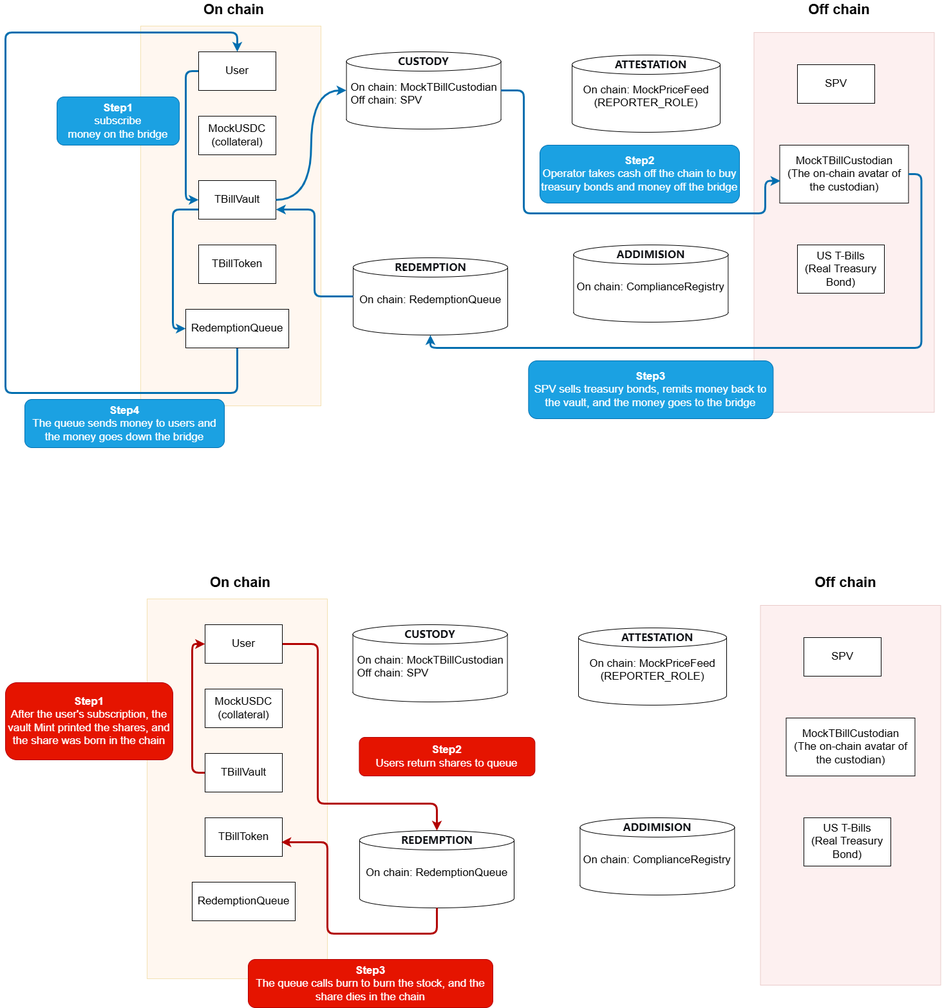
This is Picture(Screenshots)/architecture.png from xiaomangli69-max/rwa-lab-2026, a draw.io export, as it was before one commit. Source tidied: cells renumbered, new cells last; positions are measured from the earlier drawing's top-left corner, leaving out a move shared by most shapes.
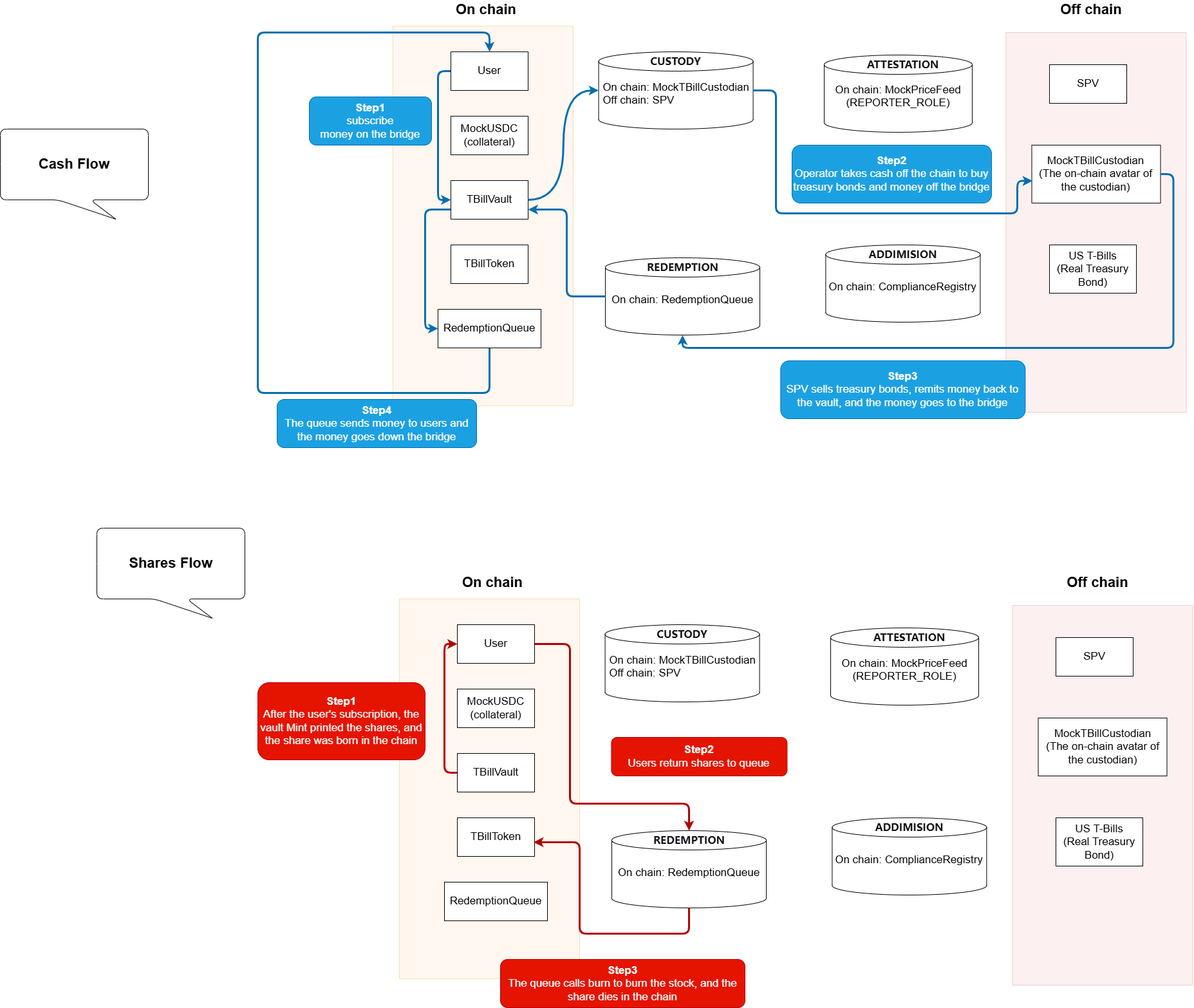
The same diagram one commit later.

Diff of the diagram source:
```diff
@@ -240,5 +240,11 @@
         </Array>
       </mxGeometry>
     </mxCell>
+    <mxCell id="67" value="&lt;font style=&quot;font-size: 22px;&quot;&gt;&lt;b&gt;Cash Flow&lt;/b&gt;&lt;/font&gt;" style="shape=callout;whiteSpace=wrap;html=1;perimeter=calloutPerimeter;position2=0.78;size=30;position=0.39;base=50;rounded=1;roundedPerimeter=1;" parent="1" vertex="1">
+      <mxGeometry x="-400" y="200" width="230" height="140" as="geometry" />
+    </mxCell>
+    <mxCell id="68" value="&lt;font style=&quot;font-size: 22px;&quot;&gt;&lt;b&gt;Shares Flow&lt;/b&gt;&lt;/font&gt;" style="shape=callout;whiteSpace=wrap;html=1;perimeter=calloutPerimeter;position2=0.78;size=30;position=0.39;base=50;rounded=1;roundedPerimeter=1;" parent="1" vertex="1">
+      <mxGeometry x="-250" y="820" width="230" height="140" as="geometry" />
+    </mxCell>
   </root>
 </mxGraphModel>
```
